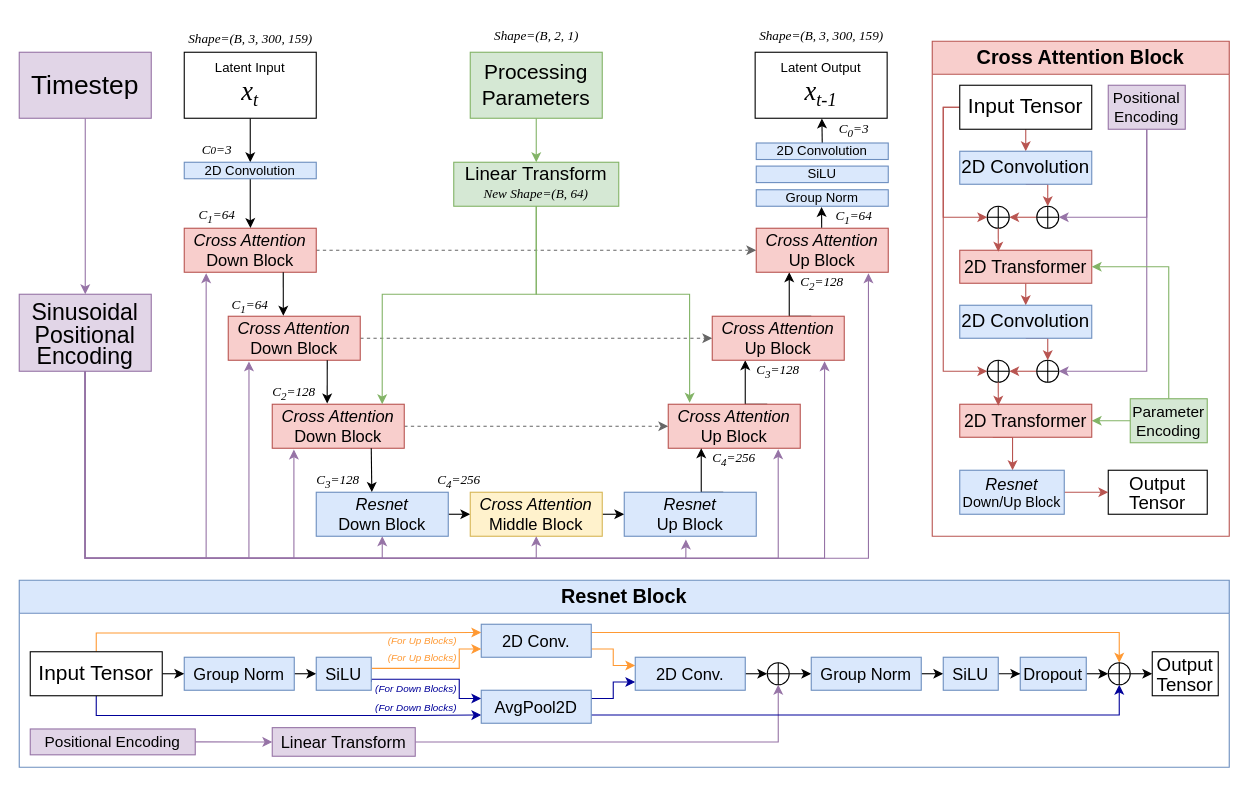
This is UNet2DCondition.drawio from Hudson-Liu/Diagrams, a draw.io file, before an edit. Source tidied: cells renumbered, new cells numbered last; positions are measured from the earlier drawing's top-left corner, leaving out a move shared by most shapes. Both pictures are drawn from the tidied source at 110%, with x=0, y=0 at pixel (19, 19).
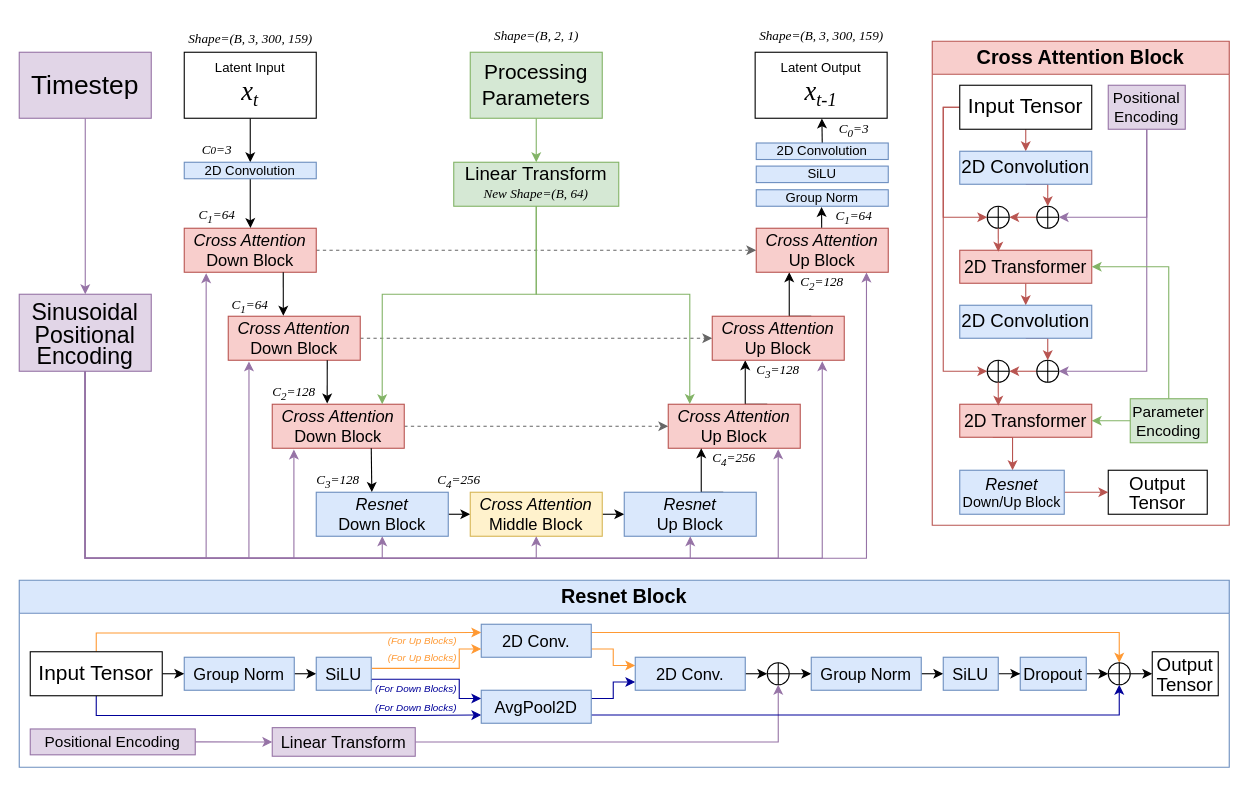
The same diagram, later.

Unchanged cells that the change refers to:
```xml
<mxCell id="14" value="&lt;font style=&quot;font-size: 15px;&quot;&gt;&lt;i&gt;Cross Attention&lt;/i&gt; Up Block&lt;/font&gt;" style="rounded=0;whiteSpace=wrap;html=1;fillColor=#f8cecc;strokeColor=#b85450;" parent="1" vertex="1">
  <mxGeometry x="590" y="350" width="120" height="40" as="geometry" />
</mxCell>
<mxCell id="16" value="&lt;font style=&quot;font-size: 15px;&quot;&gt;&lt;i&gt;Cross &lt;font style=&quot;font-size: 15px;&quot;&gt;Attention&lt;/font&gt;&lt;/i&gt; Up Block&lt;/font&gt;" style="rounded=0;whiteSpace=wrap;html=1;fillColor=#f8cecc;strokeColor=#b85450;" parent="1" vertex="1">
  <mxGeometry x="630" y="270" width="120" height="40" as="geometry" />
</mxCell>
<mxCell id="17" value="&lt;font style=&quot;font-size: 15px;&quot;&gt;&lt;i&gt;Cross Attention&lt;/i&gt; Up Block&lt;/font&gt;" style="rounded=0;whiteSpace=wrap;html=1;fillColor=#f8cecc;strokeColor=#b85450;" parent="1" vertex="1">
  <mxGeometry x="670" y="190" width="120" height="40" as="geometry" />
</mxCell>
<mxCell id="23" value="&lt;div style=&quot;font-size: 15px;&quot;&gt;&lt;font style=&quot;font-size: 15px;&quot;&gt;&lt;i&gt;Resnet&lt;/i&gt;&lt;/font&gt;&lt;/div&gt;&lt;font style=&quot;font-size: 15px;&quot;&gt;Up Block&lt;/font&gt;" style="rounded=0;whiteSpace=wrap;html=1;fillColor=#dae8fc;strokeColor=#6c8ebf;" parent="1" vertex="1">
  <mxGeometry x="550" y="430" width="120" height="40" as="geometry" />
</mxCell>
<mxCell id="28" value="&lt;font style=&quot;font-size: 21px;&quot;&gt;Sinusoidal&lt;/font&gt;&lt;div style=&quot;font-size: 21px; line-height: 90%;&quot;&gt;&lt;font style=&quot;font-size: 21px;&quot;&gt;Positional&lt;/font&gt;&lt;/div&gt;&lt;div style=&quot;font-size: 21px; line-height: 90%;&quot;&gt;&lt;font style=&quot;font-size: 21px;&quot;&gt;Encoding&lt;/font&gt;&lt;/div&gt;" style="rounded=0;whiteSpace=wrap;html=1;fillColor=#e1d5e7;strokeColor=#9673a6;" parent="1" vertex="1">
  <mxGeometry y="250" width="120" height="70" as="geometry" />
</mxCell>
<mxCell id="38" value="&lt;div style=&quot;font-size: 17px; line-height: 90%;&quot;&gt;&lt;font style=&quot;font-size: 17px;&quot;&gt;Linear&amp;nbsp;&lt;/font&gt;&lt;span style=&quot;background-color: initial;&quot;&gt;Transform&lt;/span&gt;&lt;/div&gt;&lt;div style=&quot;font-size: 17px; line-height: 90%;&quot;&gt;&lt;i style=&quot;font-size: 12px; text-wrap: nowrap;&quot;&gt;&lt;font face=&quot;Times New Roman&quot;&gt;New Shape=(B, 64)&lt;/font&gt;&lt;/i&gt;&lt;span style=&quot;background-color: initial;&quot;&gt;&lt;br&gt;&lt;/span&gt;&lt;/div&gt;" style="rounded=0;whiteSpace=wrap;html=1;fillColor=#d5e8d4;strokeColor=#82b366;" parent="1" vertex="1">
  <mxGeometry x="395" y="130" width="150" height="40" as="geometry" />
</mxCell>
```

The edit, as a diff of the source:
```diff
@@
-    <mxCell id="32" style="edgeStyle=orthogonalEdgeStyle;rounded=0;jettySize=auto;html=1;exitX=0.5;exitY=1;exitDx=0;exitDy=0;entryX=0.467;entryY=1.075;entryDx=0;entryDy=0;entryPerimeter=0;fillColor=#e1d5e7;strokeColor=#9673a6;" parent="1" edge="1" source="28" target="23">
+    <mxCell id="32" style="edgeStyle=orthogonalEdgeStyle;rounded=0;jettySize=auto;html=1;exitX=0.5;exitY=1;exitDx=0;exitDy=0;entryX=0.5;entryY=1;entryDx=0;entryDy=0;fillColor=#e1d5e7;strokeColor=#9673a6;" parent="1" edge="1" source="28" target="23">
       <mxGeometry relative="1" as="geometry">
         <Array as="points">
           <mxPoint x="60" y="490" />
-          <mxPoint x="606" y="490" />
+          <mxPoint x="610" y="490" />
         </Array>
       </mxGeometry>
     </mxCell>
@@
-    <mxCell id="34" style="edgeStyle=orthogonalEdgeStyle;rounded=0;jettySize=auto;html=1;exitX=0.5;exitY=1;exitDx=0;exitDy=0;entryX=0.851;entryY=1.025;entryDx=0;entryDy=0;entryPerimeter=0;fillColor=#e1d5e7;strokeColor=#9673a6;" parent="1" edge="1" source="28" target="16">
+    <mxCell id="34" style="edgeStyle=orthogonalEdgeStyle;rounded=0;jettySize=auto;html=1;exitX=0.5;exitY=1;exitDx=0;exitDy=0;fillColor=#e1d5e7;strokeColor=#9673a6;" parent="1" edge="1" source="28">
       <mxGeometry relative="1" as="geometry">
+        <mxPoint x="730" y="311" as="targetPoint" />
         <Array as="points">
           <mxPoint x="60" y="490" />
-          <mxPoint x="732" y="490" />
+          <mxPoint x="730" y="490" />
         </Array>
       </mxGeometry>
     </mxCell>
-    <mxCell id="35" style="edgeStyle=orthogonalEdgeStyle;rounded=0;jettySize=auto;html=1;exitX=0.5;exitY=1;exitDx=0;exitDy=0;entryX=0.85;entryY=1.022;entryDx=0;entryDy=0;entryPerimeter=0;fillColor=#e1d5e7;strokeColor=#9673a6;" parent="1" edge="1" source="28" target="17">
+    <mxCell id="35" style="edgeStyle=orthogonalEdgeStyle;rounded=0;jettySize=auto;html=1;exitX=0.5;exitY=1;exitDx=0;exitDy=0;entryX=0.835;entryY=1.008;entryDx=0;entryDy=0;entryPerimeter=0;fillColor=#e1d5e7;strokeColor=#9673a6;" parent="1" edge="1" source="28" target="17">
       <mxGeometry relative="1" as="geometry">
         <Array as="points">
           <mxPoint x="60" y="490" />
-          <mxPoint x="772" y="490" />
+          <mxPoint x="770" y="490" />
+          <mxPoint x="770" y="230" />
         </Array>
       </mxGeometry>
     </mxCell>
@@
-    <mxCell id="39" style="edgeStyle=orthogonalEdgeStyle;rounded=0;jettySize=auto;html=1;exitX=0.5;exitY=1;exitDx=0;exitDy=0;entryX=0.162;entryY=-0.036;entryDx=0;entryDy=0;entryPerimeter=0;fillColor=#d5e8d4;strokeColor=#82b366;" parent="1" edge="1" source="38" target="14">
+    <mxCell id="39" style="edgeStyle=orthogonalEdgeStyle;rounded=0;jettySize=auto;html=1;exitX=0.5;exitY=1;exitDx=0;exitDy=0;entryX=0.163;entryY=-0.008;entryDx=0;entryDy=0;entryPerimeter=0;fillColor=#d5e8d4;strokeColor=#82b366;" parent="1" edge="1" source="38" target="14">
       <mxGeometry relative="1" as="geometry">
         <Array as="points">
           <mxPoint x="470" y="250" />
-          <mxPoint x="609" y="250" />
+          <mxPoint x="610" y="250" />
         </Array>
       </mxGeometry>
     </mxCell>
@@
     <mxCell id="41" value="&lt;font style=&quot;font-size: 18px;&quot;&gt;Cross Attention Block&lt;/font&gt;" style="swimlane;whiteSpace=wrap;html=1;fillColor=#f8cecc;strokeColor=#b85450;startSize=30;" parent="1" vertex="1">
-      <mxGeometry x="830" y="20" width="270" height="450" as="geometry" />
+      <mxGeometry x="830" y="20" width="270" height="440" as="geometry" />
     </mxCell>
```
